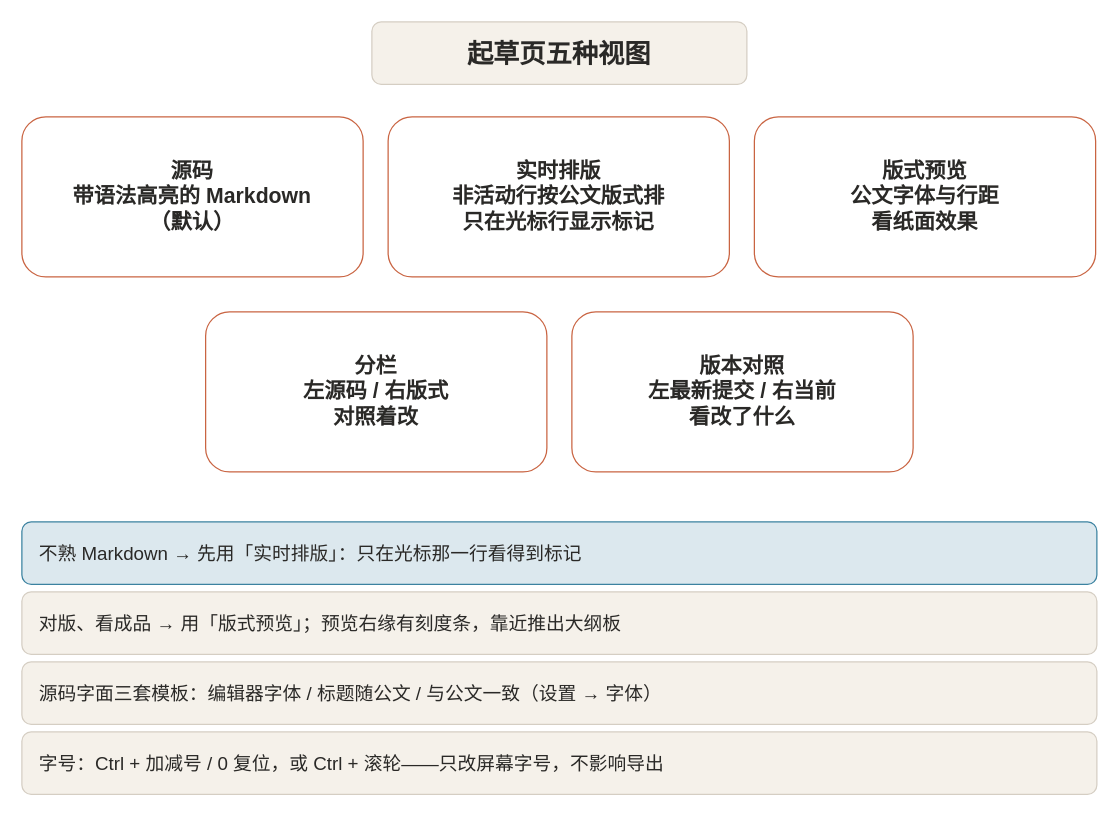
This is docs/help/diagrams/diag-editor-views.drawio from billowsand/gongwen, a draw.io file, before an edit. Source tidied: cells renumbered, new cells numbered last; positions are measured from the earlier drawing's top-left corner, leaving out a move shared by most shapes. Both pictures are drawn from the tidied source at 125%, with x=0, y=0 at pixel (21, 21).
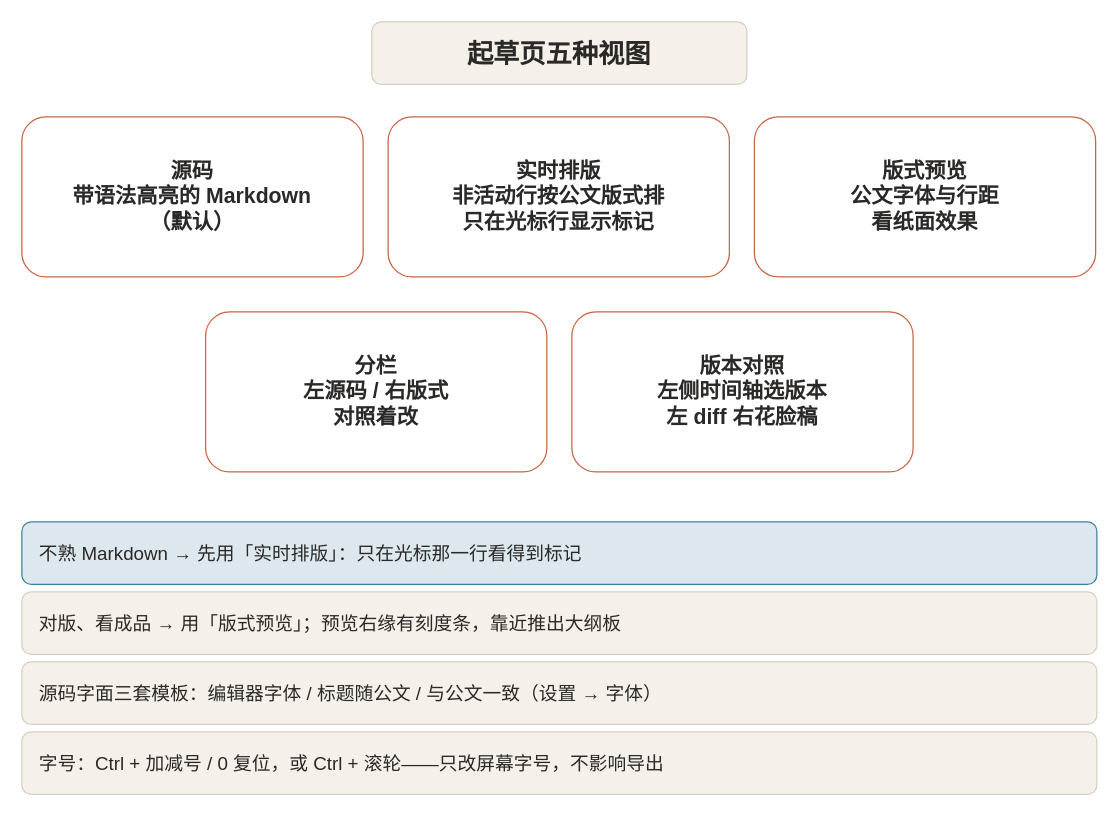
The same page after the edit.

The edit, as a diff of the source:
```diff
@@
 <mxGraphModel>
   <root>
     <mxCell id="0" />
     <mxCell id="1" parent="0" />
     <mxCell id="2" value="起草页五种视图" style="rounded=1;whiteSpace=wrap;html=1;fillColor=#F5F1EA;strokeColor=#D5CEC3;fontColor=#2A2927;fontFamily=Aa顺風顺水顺财神;fontStyle=1;fontSize=21;" parent="1" vertex="1">
       <mxGeometry x="280" width="300" height="50" as="geometry" />
     </mxCell>
     <mxCell id="3" value="源码&lt;br&gt;带语法高亮的 Markdown&lt;br&gt;（默认）" style="rounded=1;whiteSpace=wrap;html=1;fillColor=#FFFFFF;strokeColor=#C96442;fontColor=#2A2927;fontFamily=Aa顺風顺水顺财神;fontStyle=1;fontSize=17;" parent="1" vertex="1">
       <mxGeometry y="76" width="273" height="128" as="geometry" />
     </mxCell>
     <mxCell id="4" value="实时排版&lt;br&gt;非活动行按公文版式排&lt;br&gt;只在光标行显示标记" style="rounded=1;whiteSpace=wrap;html=1;fillColor=#FFFFFF;strokeColor=#C96442;fontColor=#2A2927;fontFamily=Aa顺風顺水顺财神;fontStyle=1;fontSize=17;" parent="1" vertex="1">
       <mxGeometry x="293" y="76" width="273" height="128" as="geometry" />
     </mxCell>
     <mxCell id="5" value="版式预览&lt;br&gt;公文字体与行距&lt;br&gt;看纸面效果" style="rounded=1;whiteSpace=wrap;html=1;fillColor=#FFFFFF;strokeColor=#C96442;fontColor=#2A2927;fontFamily=Aa顺風顺水顺财神;fontStyle=1;fontSize=17;" parent="1" vertex="1">
       <mxGeometry x="586" y="76" width="273" height="128" as="geometry" />
     </mxCell>
     <mxCell id="6" value="分栏&lt;br&gt;左源码 / 右版式&lt;br&gt;对照着改" style="rounded=1;whiteSpace=wrap;html=1;fillColor=#FFFFFF;strokeColor=#C96442;fontColor=#2A2927;fontFamily=Aa顺風顺水顺财神;fontStyle=1;fontSize=17;" parent="1" vertex="1">
       <mxGeometry x="147" y="232" width="273" height="128" as="geometry" />
     </mxCell>
-    <mxCell id="7" value="版本对照&lt;br&gt;左最新提交 / 右当前&lt;br&gt;看改了什么" style="rounded=1;whiteSpace=wrap;html=1;fillColor=#FFFFFF;strokeColor=#C96442;fontColor=#2A2927;fontFamily=Aa顺風顺水顺财神;fontStyle=1;fontSize=17;" parent="1" vertex="1">
+    <mxCell id="7" value="版本对照&lt;br&gt;左侧时间轴选版本&lt;br&gt;左 diff 右花脸稿" style="rounded=1;whiteSpace=wrap;html=1;fillColor=#FFFFFF;strokeColor=#C96442;fontColor=#2A2927;fontFamily=Aa顺風顺水顺财神;fontStyle=1;fontSize=17;" parent="1" vertex="1">
       <mxGeometry x="440" y="232" width="273" height="128" as="geometry" />
     </mxCell>
     <mxCell id="8" value="不熟 Markdown → 先用「实时排版」：只在光标那一行看得到标记" style="rounded=1;whiteSpace=wrap;html=1;fillColor=#DCE8EE;strokeColor=#3B82A0;fontColor=#2A2927;fontFamily=Aa顺風顺水顺财神;fontSize=15;align=left;spacingLeft=12;spacingRight=10;" parent="1" vertex="1">
       <mxGeometry y="400" width="860" height="50" as="geometry" />
     </mxCell>
     <mxCell id="9" value="对版、看成品 → 用「版式预览」；预览右缘有刻度条，靠近推出大纲板" style="rounded=1;whiteSpace=wrap;html=1;fillColor=#F5F1EA;strokeColor=#D5CEC3;fontColor=#2A2927;fontFamily=Aa顺風顺水顺财神;fontSize=15;align=left;spacingLeft=12;spacingRight=10;" parent="1" vertex="1">
       <mxGeometry y="456" width="860" height="50" as="geometry" />
     </mxCell>
     <mxCell id="10" value="源码字面三套模板：编辑器字体 / 标题随公文 / 与公文一致（设置 → 字体）" style="rounded=1;whiteSpace=wrap;html=1;fillColor=#F5F1EA;strokeColor=#D5CEC3;fontColor=#2A2927;fontFamily=Aa顺風顺水顺财神;fontSize=15;align=left;spacingLeft=12;spacingRight=10;" parent="1" vertex="1">
       <mxGeometry y="512" width="860" height="50" as="geometry" />
     </mxCell>
     <mxCell id="11" value="字号：Ctrl + 加减号 / 0 复位，或 Ctrl + 滚轮——只改屏幕字号，不影响导出" style="rounded=1;whiteSpace=wrap;html=1;fillColor=#F5F1EA;strokeColor=#D5CEC3;fontColor=#2A2927;fontFamily=Aa顺風顺水顺财神;fontSize=15;align=left;spacingLeft=12;spacingRight=10;" parent="1" vertex="1">
       <mxGeometry y="568" width="860" height="50" as="geometry" />
     </mxCell>
   </root>
 </mxGraphModel>
```
